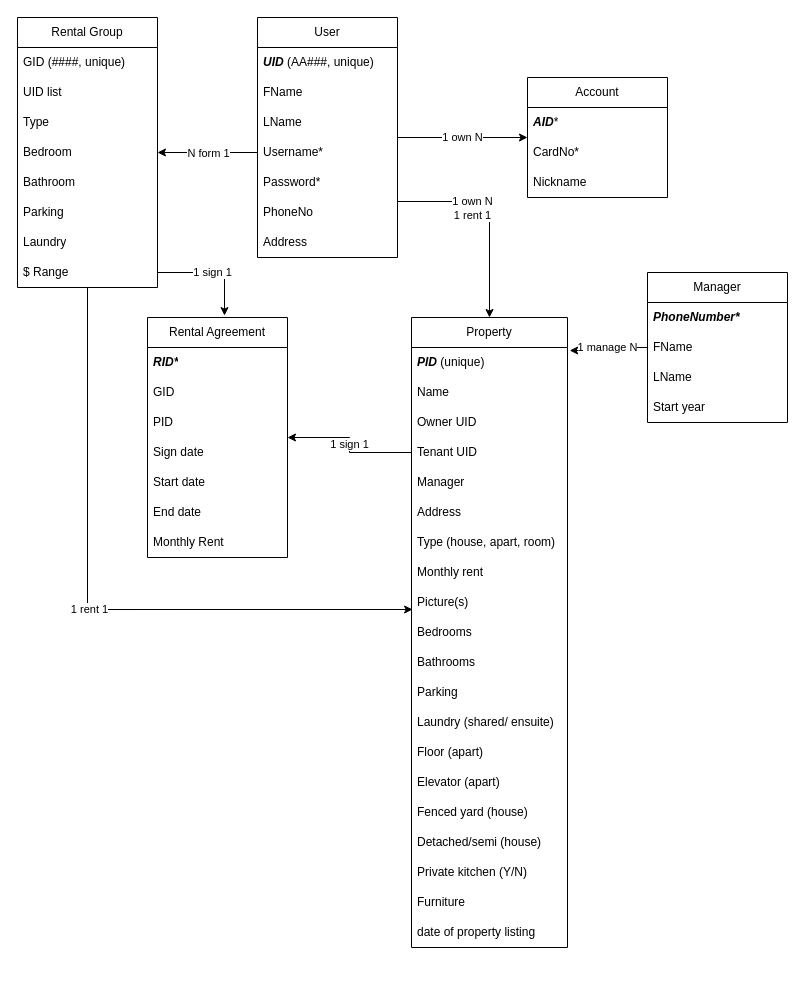
sean-y-liang/City-Housing-Platform keeps this draw.io diagram as ER diagram.drawio. Above is the earlier version. Source tidied: cells renumbered, new cells numbered last; positions are measured from the earlier drawing's top-left corner, leaving out a move shared by most shapes. Both pictures are drawn from the tidied source at 100%, with x=0, y=0 at pixel (17, 17).
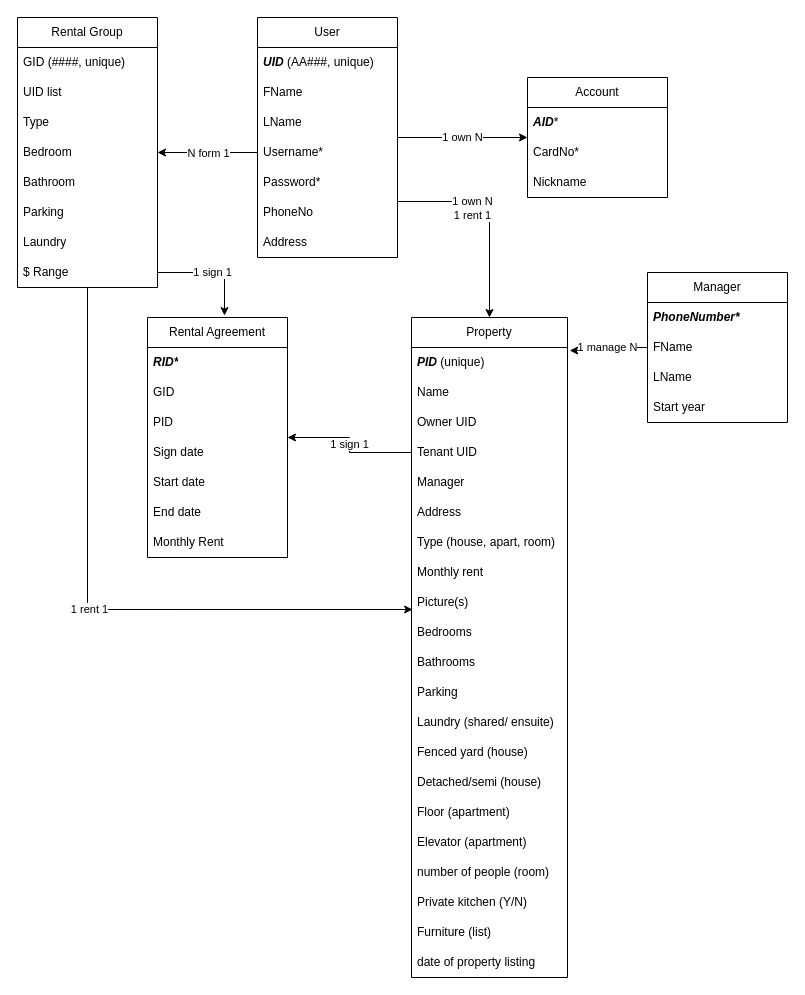
After the change.

Change to the diagram source:
```diff
@@
     <mxCell id="17" value="Property" style="swimlane;fontStyle=0;horizontal=1;startSize=30;whiteSpace=wrap;html=1;" parent="1" vertex="1">
-      <mxGeometry x="394" y="300" width="156" height="630" as="geometry" />
+      <mxGeometry x="394" y="300" width="156" height="660" as="geometry" />
     </mxCell>
@@
+    <mxCell id="33" value="Fenced yard (house)" style="text;strokeColor=none;fillColor=none;align=left;verticalAlign=middle;spacingLeft=4;spacingRight=4;overflow=hidden;whiteSpace=wrap;html=1;" parent="17" vertex="1">
+      <mxGeometry y="420" width="156" height="30" as="geometry" />
+    </mxCell>
+    <mxCell id="34" value="Detached/semi (house)" style="text;strokeColor=none;fillColor=none;align=left;verticalAlign=middle;spacingLeft=4;spacingRight=4;overflow=hidden;whiteSpace=wrap;html=1;" parent="17" vertex="1">
+      <mxGeometry y="450" width="156" height="30" as="geometry" />
+    </mxCell>
-    <mxCell id="31" value="Floor (apart)" style="text;strokeColor=none;fillColor=none;align=left;verticalAlign=middle;spacingLeft=4;spacingRight=4;overflow=hidden;whiteSpace=wrap;html=1;" parent="17" vertex="1">
-      <mxGeometry y="420" width="156" height="30" as="geometry" />
+    <mxCell id="31" value="Floor (apartment)" style="text;strokeColor=none;fillColor=none;align=left;verticalAlign=middle;spacingLeft=4;spacingRight=4;overflow=hidden;whiteSpace=wrap;html=1;" parent="17" vertex="1">
+      <mxGeometry y="480" width="156" height="30" as="geometry" />
     </mxCell>
-    <mxCell id="32" value="Elevator (apart)" style="text;strokeColor=none;fillColor=none;align=left;verticalAlign=middle;spacingLeft=4;spacingRight=4;overflow=hidden;whiteSpace=wrap;html=1;" parent="17" vertex="1">
-      <mxGeometry y="450" width="156" height="30" as="geometry" />
+    <mxCell id="32" value="Elevator (apartment)" style="text;strokeColor=none;fillColor=none;align=left;verticalAlign=middle;spacingLeft=4;spacingRight=4;overflow=hidden;whiteSpace=wrap;html=1;" parent="17" vertex="1">
+      <mxGeometry y="510" width="156" height="30" as="geometry" />
     </mxCell>
-    <mxCell id="33" value="Fenced yard (house)" style="text;strokeColor=none;fillColor=none;align=left;verticalAlign=middle;spacingLeft=4;spacingRight=4;overflow=hidden;whiteSpace=wrap;html=1;" parent="17" vertex="1">
-      <mxGeometry y="480" width="156" height="30" as="geometry" />
-    </mxCell>
-    <mxCell id="34" value="Detached/semi (house)" style="text;strokeColor=none;fillColor=none;align=left;verticalAlign=middle;spacingLeft=4;spacingRight=4;overflow=hidden;whiteSpace=wrap;html=1;" parent="17" vertex="1">
-      <mxGeometry y="510" width="156" height="30" as="geometry" />
-    </mxCell>
+    <mxCell id="66" value="number of people (room)" style="text;strokeColor=none;fillColor=none;align=left;verticalAlign=middle;spacingLeft=4;spacingRight=4;overflow=hidden;whiteSpace=wrap;html=1;" parent="17" vertex="1">
+      <mxGeometry y="540" width="156" height="30" as="geometry" />
+    </mxCell>
     <mxCell id="35" value="Private kitchen (Y/N)" style="text;strokeColor=none;fillColor=none;align=left;verticalAlign=middle;spacingLeft=4;spacingRight=4;overflow=hidden;whiteSpace=wrap;html=1;" parent="17" vertex="1">
-      <mxGeometry y="540" width="156" height="30" as="geometry" />
+      <mxGeometry y="570" width="156" height="30" as="geometry" />
     </mxCell>
-    <mxCell id="36" value="Furniture" style="text;strokeColor=none;fillColor=none;align=left;verticalAlign=middle;spacingLeft=4;spacingRight=4;overflow=hidden;whiteSpace=wrap;html=1;" parent="17" vertex="1">
-      <mxGeometry y="570" width="156" height="30" as="geometry" />
+    <mxCell id="36" value="&lt;div&gt;Furniture (list)&lt;/div&gt;" style="text;strokeColor=none;fillColor=none;align=left;verticalAlign=middle;spacingLeft=4;spacingRight=4;overflow=hidden;whiteSpace=wrap;html=1;" parent="17" vertex="1">
+      <mxGeometry y="600" width="156" height="30" as="geometry" />
     </mxCell>
     <mxCell id="37" value="date of property listing" style="text;strokeColor=none;fillColor=none;align=left;verticalAlign=middle;spacingLeft=4;spacingRight=4;overflow=hidden;whiteSpace=wrap;html=1;" parent="17" vertex="1">
-      <mxGeometry y="600" width="156" height="30" as="geometry" />
+      <mxGeometry y="630" width="156" height="30" as="geometry" />
     </mxCell>
```
